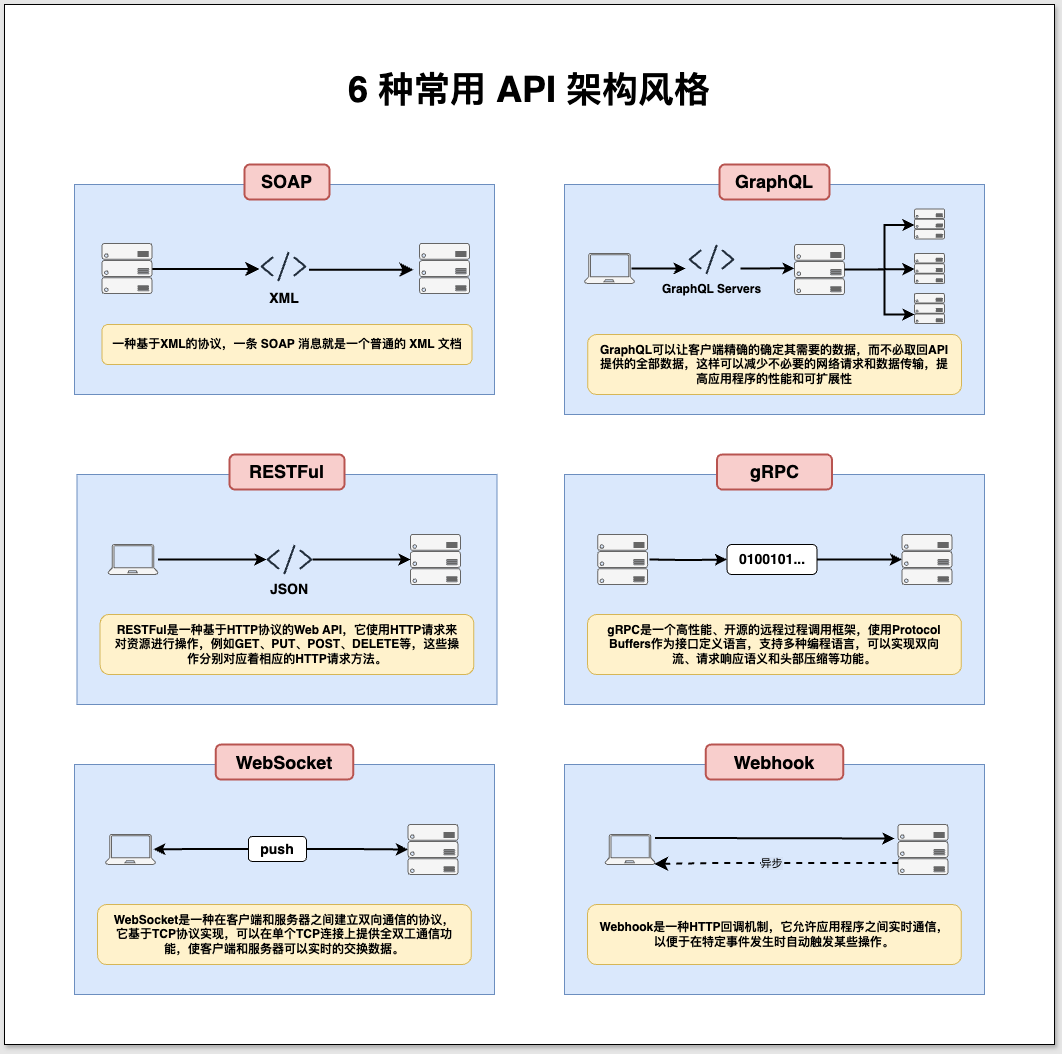
naico-wang/naico-wang.github.io keeps this draw.io diagram as src/pages/public/images/onepic/onepic-api-struscture.drawio.png. Above is the earlier version. Source tidied: cells renumbered, new cells last; positions are measured from the earlier drawing's top-left corner, leaving out a move shared by most shapes. Its diagram source:
```xml
<mxGraphModel background="#E6E6E6">
  <root>
    <mxCell id="0" />
    <mxCell id="1" parent="0" />
    <mxCell id="2" style="rounded=0;whiteSpace=wrap;html=1;shadow=1;glass=0;" parent="1" vertex="1">
      <mxGeometry width="1050" height="1040" as="geometry" />
    </mxCell>
    <mxCell id="3" style="rounded=0;whiteSpace=wrap;html=1;fillColor=#dae8fc;strokeColor=#6c8ebf;" parent="1" vertex="1">
      <mxGeometry x="70" y="180" width="420" height="210" as="geometry" />
    </mxCell>
    <mxCell id="4" value="&lt;b&gt;&lt;font style=&quot;font-size: 36px;&quot;&gt;6 种常用 API 架构风格&lt;/font&gt;&lt;/b&gt;" style="text;html=1;align=center;verticalAlign=middle;whiteSpace=wrap;rounded=0;" parent="1" vertex="1">
      <mxGeometry x="220" y="70" width="610" height="30" as="geometry" />
    </mxCell>
    <mxCell id="5" value="&lt;font style=&quot;font-size: 18px;&quot;&gt;&lt;b&gt;SOAP&lt;/b&gt;&lt;/font&gt;" style="rounded=1;whiteSpace=wrap;html=1;strokeWidth=2;fillColor=#f8cecc;strokeColor=#b85450;" parent="1" vertex="1">
      <mxGeometry x="240" y="160" width="85" height="35" as="geometry" />
    </mxCell>
    <mxCell id="6" value="&lt;b&gt;&lt;font style=&quot;font-size: 14px;&quot;&gt;XML&lt;/font&gt;&lt;/b&gt;" style="text;html=1;align=center;verticalAlign=middle;whiteSpace=wrap;rounded=0;" parent="1" vertex="1">
      <mxGeometry x="250" y="279" width="60" height="30" as="geometry" />
    </mxCell>
    <mxCell id="7" value="&lt;b&gt;一种基于XML的协议，一条 SOAP 消息就是一个普通的 XML 文档&lt;/b&gt;" style="rounded=1;whiteSpace=wrap;html=1;fillColor=#fff2cc;strokeColor=#d6b656;" parent="1" vertex="1">
      <mxGeometry x="97.5" y="320" width="370" height="40" as="geometry" />
    </mxCell>
    <mxCell id="8" style="edgeStyle=segmentEdgeStyle;endArrow=classic;html=1;curved=0;rounded=0;endSize=8;startSize=8;entryX=-0.003;entryY=0.695;entryDx=0;entryDy=0;entryPerimeter=0;strokeWidth=2;exitX=0.935;exitY=0.51;exitDx=0;exitDy=0;exitPerimeter=0;" parent="1" edge="1" source="14">
      <mxGeometry relative="1" as="geometry">
        <mxPoint x="254.8" y="263.8" as="targetPoint" />
      </mxGeometry>
    </mxCell>
    <mxCell id="9" style="edgeStyle=segmentEdgeStyle;endArrow=classic;html=1;curved=0;rounded=0;endSize=8;startSize=8;exitX=0.992;exitY=0.726;exitDx=0;exitDy=0;exitPerimeter=0;strokeWidth=2;" parent="1" edge="1">
      <mxGeometry relative="1" as="geometry">
        <mxPoint x="304.6" y="265.3" as="sourcePoint" />
        <mxPoint x="409" y="265.3" as="targetPoint" />
      </mxGeometry>
    </mxCell>
    <mxCell id="10" style="rounded=0;whiteSpace=wrap;html=1;fillColor=#dae8fc;strokeColor=#6c8ebf;" parent="1" vertex="1">
      <mxGeometry x="560" y="180" width="420" height="230" as="geometry" />
    </mxCell>
    <mxCell id="11" value="&lt;font style=&quot;font-size: 18px;&quot;&gt;&lt;b&gt;GraphQL&lt;/b&gt;&lt;/font&gt;" style="rounded=1;whiteSpace=wrap;html=1;strokeWidth=2;fillColor=#f8cecc;strokeColor=#b85450;" parent="1" vertex="1">
      <mxGeometry x="715" y="160" width="110" height="35" as="geometry" />
    </mxCell>
    <mxCell id="12" value="&lt;div style=&quot;padding-left: 10px; padding-right: 10px;&quot;&gt;&lt;b style=&quot;background-color: initial;&quot;&gt;GraphQL可以让客户端精确的确定其需要的数据，而不必取回API提供的全部数据，这样可以减少不必要的网络请求和数据传输，提高应用程序的性能和可扩展性&lt;/b&gt;&lt;/div&gt;" style="rounded=1;whiteSpace=wrap;html=1;fillColor=#fff2cc;strokeColor=#d6b656;align=center;" parent="1" vertex="1">
      <mxGeometry x="583.1" y="330" width="373.8" height="60" as="geometry" />
    </mxCell>
    <mxCell id="13" style="verticalLabelPosition=bottom;html=1;verticalAlign=top;align=center;strokeColor=#666666;fillColor=#f5f5f5;shape=mxgraph.azure.server_rack;fontColor=#333333;" parent="1" vertex="1">
      <mxGeometry x="415" y="239" width="50" height="50" as="geometry" />
    </mxCell>
    <mxCell id="14" style="verticalLabelPosition=bottom;html=1;verticalAlign=top;align=center;strokeColor=#666666;fillColor=#f5f5f5;shape=mxgraph.azure.server_rack;fontColor=#333333;" parent="1" vertex="1">
      <mxGeometry x="97.5" y="239" width="50" height="50" as="geometry" />
    </mxCell>
    <mxCell id="15" style="verticalLabelPosition=bottom;html=1;verticalAlign=top;align=center;strokeColor=#666666;fillColor=#f5f5f5;shape=mxgraph.azure.server_rack;fontColor=#333333;" parent="1" vertex="1">
      <mxGeometry x="910" y="204.5" width="30" height="30" as="geometry" />
    </mxCell>
    <mxCell id="16" style="verticalLabelPosition=bottom;html=1;verticalAlign=top;align=center;strokeColor=#666666;fillColor=#f5f5f5;shape=mxgraph.azure.server_rack;fontColor=#333333;" parent="1" vertex="1">
      <mxGeometry x="910" y="249" width="30" height="30" as="geometry" />
    </mxCell>
    <mxCell id="17" style="verticalLabelPosition=bottom;html=1;verticalAlign=top;align=center;strokeColor=#666666;fillColor=#f5f5f5;shape=mxgraph.azure.server_rack;fontColor=#333333;" parent="1" vertex="1">
      <mxGeometry x="910" y="289" width="30" height="30" as="geometry" />
    </mxCell>
    <mxCell id="18" style="verticalLabelPosition=bottom;html=1;verticalAlign=top;align=center;strokeColor=#666666;fillColor=#f5f5f5;shape=mxgraph.azure.server_rack;fontColor=#333333;" parent="1" vertex="1">
      <mxGeometry x="790" y="240" width="50" height="50" as="geometry" />
    </mxCell>
    <mxCell id="19" style="sketch=0;fontColor=#232F3E;gradientColor=none;fillColor=#232F3D;strokeColor=none;dashed=0;verticalLabelPosition=bottom;verticalAlign=top;align=center;html=1;fontSize=12;fontStyle=0;shape=mxgraph.aws4.programming_language;" parent="1" vertex="1">
      <mxGeometry x="684.1" y="240" width="45.9" height="30" as="geometry" />
    </mxCell>
    <mxCell id="20" style="edgeStyle=orthogonalEdgeStyle;rounded=0;orthogonalLoop=1;jettySize=auto;html=1;strokeWidth=2;" parent="1" edge="1">
      <mxGeometry relative="1" as="geometry">
        <mxPoint x="627" y="264" as="sourcePoint" />
        <mxPoint x="681.1" y="264" as="targetPoint" />
        <Array as="points">
          <mxPoint x="667" y="264" />
          <mxPoint x="667" y="264" />
        </Array>
      </mxGeometry>
    </mxCell>
    <mxCell id="21" style="verticalLabelPosition=bottom;html=1;verticalAlign=top;align=center;strokeColor=#666666;fillColor=#f5f5f5;shape=mxgraph.azure.laptop;fontColor=#333333;" parent="1" vertex="1">
      <mxGeometry x="580" y="249" width="50" height="30" as="geometry" />
    </mxCell>
    <mxCell id="22" value="GraphQL Servers" style="text;html=1;align=center;verticalAlign=middle;whiteSpace=wrap;rounded=0;fontStyle=1;" parent="1" vertex="1">
      <mxGeometry x="650.6" y="270" width="113" height="30" as="geometry" />
    </mxCell>
    <mxCell id="23" style="edgeStyle=orthogonalEdgeStyle;rounded=0;orthogonalLoop=1;jettySize=auto;html=1;strokeWidth=2;" parent="1" edge="1">
      <mxGeometry relative="1" as="geometry">
        <mxPoint x="735.9" y="263.9" as="sourcePoint" />
        <mxPoint x="790" y="263.9" as="targetPoint" />
        <Array as="points">
          <mxPoint x="775.9" y="263.9" />
          <mxPoint x="775.9" y="263.9" />
        </Array>
      </mxGeometry>
    </mxCell>
    <mxCell id="24" style="edgeStyle=orthogonalEdgeStyle;rounded=0;orthogonalLoop=1;jettySize=auto;html=1;entryX=0;entryY=0.5;entryDx=0;entryDy=0;entryPerimeter=0;strokeWidth=2;" parent="1" edge="1">
      <mxGeometry relative="1" as="geometry">
        <mxPoint x="840" y="265" as="sourcePoint" />
        <mxPoint x="910" y="220.5" as="targetPoint" />
        <Array as="points">
          <mxPoint x="840" y="265" />
          <mxPoint x="880" y="265" />
          <mxPoint x="880" y="220" />
        </Array>
      </mxGeometry>
    </mxCell>
    <mxCell id="25" style="edgeStyle=orthogonalEdgeStyle;rounded=0;jettySize=auto;html=1;entryX=0;entryY=0.5;entryDx=0;entryDy=0;entryPerimeter=0;strokeWidth=2;exitX=1;exitY=0.5;exitDx=0;exitDy=0;exitPerimeter=0;" parent="1" edge="1" source="18">
      <mxGeometry relative="1" as="geometry">
        <mxPoint x="910" y="264.5" as="targetPoint" />
        <Array as="points">
          <mxPoint x="860" y="265" />
        </Array>
      </mxGeometry>
    </mxCell>
    <mxCell id="26" style="edgeStyle=orthogonalEdgeStyle;rounded=0;orthogonalLoop=1;jettySize=auto;html=1;strokeWidth=2;" parent="1" edge="1">
      <mxGeometry relative="1" as="geometry">
        <mxPoint x="840" y="265" as="sourcePoint" />
        <mxPoint x="910" y="310" as="targetPoint" />
        <Array as="points">
          <mxPoint x="880" y="265" />
          <mxPoint x="880" y="310" />
          <mxPoint x="910" y="310" />
        </Array>
      </mxGeometry>
    </mxCell>
    <mxCell id="27" style="rounded=0;whiteSpace=wrap;html=1;fillColor=#dae8fc;strokeColor=#6c8ebf;" parent="1" vertex="1">
      <mxGeometry x="72.5" y="470" width="420" height="230" as="geometry" />
    </mxCell>
    <mxCell id="28" value="&lt;font style=&quot;font-size: 18px;&quot;&gt;&lt;b&gt;RESTFul&lt;/b&gt;&lt;/font&gt;" style="rounded=1;whiteSpace=wrap;html=1;strokeWidth=2;fillColor=#f8cecc;strokeColor=#b85450;" parent="1" vertex="1">
      <mxGeometry x="225" y="450" width="115" height="35" as="geometry" />
    </mxCell>
    <mxCell id="29" style="sketch=0;fontColor=#232F3E;gradientColor=none;fillColor=#232F3D;strokeColor=none;dashed=0;verticalLabelPosition=bottom;verticalAlign=top;align=center;html=1;fontSize=12;fontStyle=0;shape=mxgraph.aws4.programming_language;" parent="1" vertex="1">
      <mxGeometry x="256" y="247" width="45.9" height="30" as="geometry" />
    </mxCell>
    <mxCell id="30" style="edgeStyle=orthogonalEdgeStyle;rounded=0;jettySize=auto;html=1;strokeWidth=2;" parent="1" edge="1" source="31" target="32">
      <mxGeometry relative="1" as="geometry" />
    </mxCell>
    <mxCell id="31" style="verticalLabelPosition=bottom;html=1;verticalAlign=top;align=center;strokeColor=#666666;fillColor=#f5f5f5;shape=mxgraph.azure.laptop;fontColor=#333333;" parent="1" vertex="1">
      <mxGeometry x="103.5" y="540" width="50" height="30" as="geometry" />
    </mxCell>
    <mxCell id="32" style="sketch=0;outlineConnect=0;fontColor=#232F3E;gradientColor=none;fillColor=#232F3D;strokeColor=none;dashed=0;verticalLabelPosition=bottom;verticalAlign=top;align=center;html=1;fontSize=12;fontStyle=0;shape=mxgraph.aws4.programming_language;" parent="1" vertex="1">
      <mxGeometry x="262" y="540" width="45.9" height="30" as="geometry" />
    </mxCell>
    <mxCell id="33" value="&lt;b&gt;&lt;font style=&quot;font-size: 14px;&quot;&gt;JSON&lt;/font&gt;&lt;/b&gt;" style="text;html=1;align=center;verticalAlign=middle;whiteSpace=wrap;rounded=0;" parent="1" vertex="1">
      <mxGeometry x="254.9" y="570" width="60" height="30" as="geometry" />
    </mxCell>
    <mxCell id="34" style="verticalLabelPosition=bottom;html=1;verticalAlign=top;align=center;strokeColor=#666666;fillColor=#f5f5f5;shape=mxgraph.azure.server_rack;fontColor=#333333;" parent="1" vertex="1">
      <mxGeometry x="406" y="530" width="50" height="50" as="geometry" />
    </mxCell>
    <mxCell id="35" style="edgeStyle=orthogonalEdgeStyle;rounded=0;jettySize=auto;html=1;entryX=0;entryY=0.5;entryDx=0;entryDy=0;entryPerimeter=0;strokeWidth=2;" parent="1" edge="1" source="32" target="34">
      <mxGeometry relative="1" as="geometry" />
    </mxCell>
    <mxCell id="36" value="&lt;div style=&quot;padding-left: 10px; padding-right: 10px;&quot;&gt;&lt;b style=&quot;background-color: initial;&quot;&gt;RESTFul是一种基于HTTP协议的Web API，它使用HTTP请求来对资源进行操作，例如GET、PUT、POST、DELETE等，这些操作分别对应着相应的HTTP请求方法。&lt;/b&gt;&lt;/div&gt;" style="rounded=1;whiteSpace=wrap;html=1;fillColor=#fff2cc;strokeColor=#d6b656;align=center;" parent="1" vertex="1">
      <mxGeometry x="95.6" y="610" width="373.8" height="60" as="geometry" />
    </mxCell>
    <mxCell id="37" style="rounded=0;whiteSpace=wrap;html=1;fillColor=#dae8fc;strokeColor=#6c8ebf;" parent="1" vertex="1">
      <mxGeometry x="560" y="470" width="420" height="230" as="geometry" />
    </mxCell>
    <mxCell id="38" value="&lt;font style=&quot;font-size: 18px;&quot;&gt;&lt;b&gt;gRPC&lt;/b&gt;&lt;/font&gt;" style="rounded=1;whiteSpace=wrap;html=1;strokeWidth=2;fillColor=#f8cecc;strokeColor=#b85450;" parent="1" vertex="1">
      <mxGeometry x="712.5" y="450" width="115" height="35" as="geometry" />
    </mxCell>
    <mxCell id="39" style="edgeStyle=orthogonalEdgeStyle;rounded=0;jettySize=auto;html=1;strokeWidth=2;entryX=0;entryY=0.5;entryDx=0;entryDy=0;" parent="1" edge="1" target="44">
      <mxGeometry relative="1" as="geometry">
        <mxPoint x="645" y="555" as="sourcePoint" />
      </mxGeometry>
    </mxCell>
    <mxCell id="40" style="verticalLabelPosition=bottom;html=1;verticalAlign=top;align=center;strokeColor=#666666;fillColor=#f5f5f5;shape=mxgraph.azure.server_rack;fontColor=#333333;" parent="1" vertex="1">
      <mxGeometry x="897.5" y="530" width="50" height="50" as="geometry" />
    </mxCell>
    <mxCell id="41" style="edgeStyle=orthogonalEdgeStyle;rounded=0;jettySize=auto;html=1;entryX=0;entryY=0.5;entryDx=0;entryDy=0;entryPerimeter=0;strokeWidth=2;exitX=1;exitY=0.5;exitDx=0;exitDy=0;" parent="1" edge="1" source="44" target="40">
      <mxGeometry relative="1" as="geometry" />
    </mxCell>
    <mxCell id="42" value="&lt;div style=&quot;padding-left: 10px; padding-right: 10px;&quot;&gt;&lt;b style=&quot;background-color: initial;&quot;&gt;gRPC是一个高性能、开源的远程过程调用框架，使用Protocol Buffers作为接口定义语言，支持多种编程语言，可以实现双向流、请求响应语义和头部压缩等功能。&lt;/b&gt;&lt;/div&gt;" style="rounded=1;whiteSpace=wrap;html=1;fillColor=#fff2cc;strokeColor=#d6b656;align=center;" parent="1" vertex="1">
      <mxGeometry x="583.1" y="610" width="373.8" height="60" as="geometry" />
    </mxCell>
    <mxCell id="43" style="verticalLabelPosition=bottom;html=1;verticalAlign=top;align=center;strokeColor=#666666;fillColor=#f5f5f5;shape=mxgraph.azure.server_rack;fontColor=#333333;" parent="1" vertex="1">
      <mxGeometry x="593.1" y="530" width="50" height="50" as="geometry" />
    </mxCell>
    <mxCell id="44" value="&lt;b&gt;&lt;font style=&quot;font-size: 14px;&quot;&gt;0100101...&lt;/font&gt;&lt;/b&gt;" style="rounded=1;whiteSpace=wrap;html=1;" parent="1" vertex="1">
      <mxGeometry x="722.5" y="540" width="90" height="30" as="geometry" />
    </mxCell>
    <mxCell id="45" style="rounded=0;whiteSpace=wrap;html=1;fillColor=#dae8fc;strokeColor=#6c8ebf;" parent="1" vertex="1">
      <mxGeometry x="70" y="760" width="420" height="230" as="geometry" />
    </mxCell>
    <mxCell id="46" value="&lt;font style=&quot;font-size: 18px;&quot;&gt;&lt;b&gt;WebSocket&lt;/b&gt;&lt;/font&gt;" style="rounded=1;whiteSpace=wrap;html=1;strokeWidth=2;fillColor=#f8cecc;strokeColor=#b85450;" parent="1" vertex="1">
      <mxGeometry x="211.2" y="740" width="137.5" height="35" as="geometry" />
    </mxCell>
    <mxCell id="47" style="verticalLabelPosition=bottom;html=1;verticalAlign=top;align=center;strokeColor=#666666;fillColor=#f5f5f5;shape=mxgraph.azure.laptop;fontColor=#333333;" parent="1" vertex="1">
      <mxGeometry x="101" y="830" width="50" height="30" as="geometry" />
    </mxCell>
    <mxCell id="48" style="verticalLabelPosition=bottom;html=1;verticalAlign=top;align=center;strokeColor=#666666;fillColor=#f5f5f5;shape=mxgraph.azure.server_rack;fontColor=#333333;" parent="1" vertex="1">
      <mxGeometry x="403.5" y="820" width="50" height="50" as="geometry" />
    </mxCell>
    <mxCell id="49" value="&lt;div style=&quot;padding-left: 10px; padding-right: 10px;&quot;&gt;&lt;b style=&quot;background-color: initial;&quot;&gt;WebSocket是一种在客户端和服务器之间建立双向通信的协议，它基于TCP协议实现，可以在单个TCP连接上提供全双工通信功能，使客户端和服务器可以实时的交换数据。&lt;/b&gt;&lt;/div&gt;" style="rounded=1;whiteSpace=wrap;html=1;fillColor=#fff2cc;strokeColor=#d6b656;align=center;" parent="1" vertex="1">
      <mxGeometry x="93.1" y="900" width="373.8" height="60" as="geometry" />
    </mxCell>
    <mxCell id="50" value="&lt;b&gt;&lt;font style=&quot;font-size: 14px;&quot;&gt;push&lt;/font&gt;&lt;/b&gt;" style="rounded=1;whiteSpace=wrap;html=1;" parent="1" vertex="1">
      <mxGeometry x="243.9" y="832" width="58" height="25" as="geometry" />
    </mxCell>
    <mxCell id="51" style="rounded=0;whiteSpace=wrap;html=1;fillColor=#dae8fc;strokeColor=#6c8ebf;" parent="1" vertex="1">
      <mxGeometry x="560" y="760" width="420" height="230" as="geometry" />
    </mxCell>
    <mxCell id="52" value="&lt;font style=&quot;font-size: 18px;&quot;&gt;&lt;b&gt;Webhook&lt;/b&gt;&lt;/font&gt;" style="rounded=1;whiteSpace=wrap;html=1;strokeWidth=2;fillColor=#f8cecc;strokeColor=#b85450;" parent="1" vertex="1">
      <mxGeometry x="701.2" y="740" width="137.5" height="35" as="geometry" />
    </mxCell>
    <mxCell id="53" style="verticalLabelPosition=bottom;html=1;verticalAlign=top;align=center;strokeColor=#666666;fillColor=#f5f5f5;shape=mxgraph.azure.laptop;fontColor=#333333;" parent="1" vertex="1">
      <mxGeometry x="600.6" y="830" width="50" height="30" as="geometry" />
    </mxCell>
    <mxCell id="54" style="verticalLabelPosition=bottom;html=1;verticalAlign=top;align=center;strokeColor=#666666;fillColor=#f5f5f5;shape=mxgraph.azure.server_rack;fontColor=#333333;" parent="1" vertex="1">
      <mxGeometry x="893.5" y="820" width="50" height="50" as="geometry" />
    </mxCell>
    <mxCell id="55" value="&lt;div style=&quot;padding-left: 10px; padding-right: 10px;&quot;&gt;&lt;b style=&quot;background-color: initial;&quot;&gt;Webhook是一种HTTP回调机制，它允许应用程序之间实时通信，以便于在特定事件发生时自动触发某些操作。&lt;/b&gt;&lt;/div&gt;" style="rounded=1;whiteSpace=wrap;html=1;fillColor=#fff2cc;strokeColor=#d6b656;align=center;" parent="1" vertex="1">
      <mxGeometry x="583.1" y="900" width="373.8" height="60" as="geometry" />
    </mxCell>
    <mxCell id="56" style="edgeStyle=orthogonalEdgeStyle;rounded=0;jettySize=auto;html=1;entryX=0.959;entryY=0.49;entryDx=0;entryDy=0;entryPerimeter=0;strokeWidth=2;" parent="1" edge="1" source="50" target="47">
      <mxGeometry relative="1" as="geometry" />
    </mxCell>
    <mxCell id="57" style="edgeStyle=orthogonalEdgeStyle;rounded=0;jettySize=auto;html=1;entryX=0;entryY=0.5;entryDx=0;entryDy=0;entryPerimeter=0;strokeWidth=2;" parent="1" edge="1" source="50" target="48">
      <mxGeometry relative="1" as="geometry" />
    </mxCell>
    <mxCell id="58" style="edgeStyle=orthogonalEdgeStyle;rounded=0;orthogonalLoop=1;jettySize=auto;html=1;exitX=0.907;exitY=0.114;exitDx=0;exitDy=0;exitPerimeter=0;strokeWidth=2;" parent="1" edge="1">
      <mxGeometry relative="1" as="geometry">
        <mxPoint x="660.5" y="833.4" as="sourcePoint" />
        <mxPoint x="890" y="834" as="targetPoint" />
        <Array as="points">
          <mxPoint x="650.6" y="834" />
        </Array>
      </mxGeometry>
    </mxCell>
    <mxCell id="59" style="edgeStyle=segmentEdgeStyle;endArrow=classic;html=1;curved=0;rounded=0;endSize=8;startSize=8;exitX=0.007;exitY=0.769;exitDx=0;exitDy=0;exitPerimeter=0;entryX=0.98;entryY=0.98;entryDx=0;entryDy=0;entryPerimeter=0;strokeWidth=2;dashed=1;" parent="1" edge="1" source="54" target="53">
      <mxGeometry relative="1" as="geometry">
        <Array as="points">
          <mxPoint x="710" y="858" />
        </Array>
      </mxGeometry>
    </mxCell>
    <mxCell id="60" value="&lt;span style=&quot;background-color: rgb(212, 225, 245);&quot;&gt;异步&lt;/span&gt;" style="edgeLabel;html=1;align=center;verticalAlign=middle;" parent="59" vertex="1">
      <mxGeometry x="0.05" relative="1" as="geometry" />
    </mxCell>
  </root>
</mxGraphModel>
```
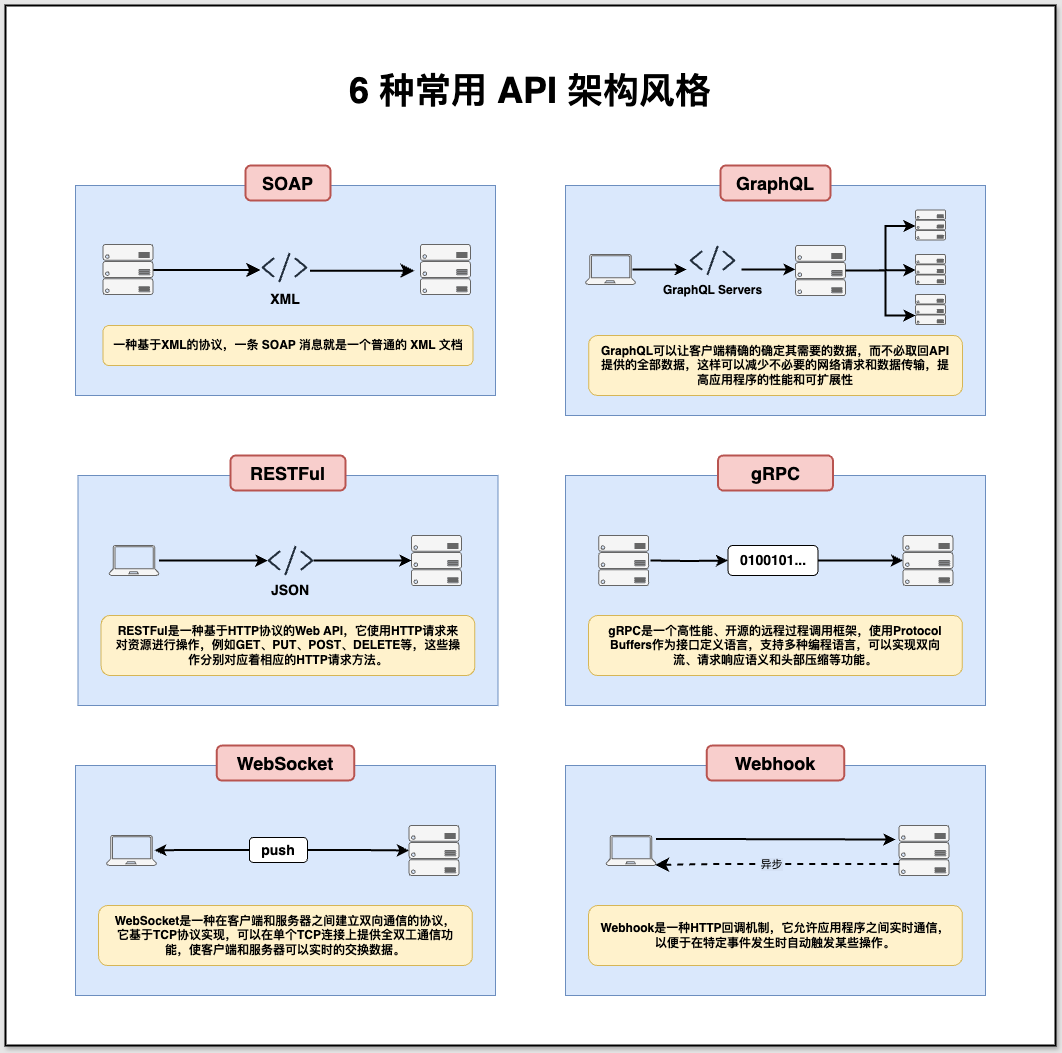
Later version of the same file.

Commit message:
feat(onepic): add onepic series

What changed in the source:
```diff
@@ -2,7 +2,7 @@
   <root>
     <mxCell id="0" />
     <mxCell id="1" parent="0" />
-    <mxCell id="2" style="rounded=0;whiteSpace=wrap;html=1;shadow=1;glass=0;" parent="1" vertex="1">
+    <mxCell id="2" style="rounded=0;whiteSpace=wrap;html=1;shadow=1;glass=0;strokeWidth=2;" parent="1" vertex="1">
       <mxGeometry width="1050" height="1040" as="geometry" />
     </mxCell>
     <mxCell id="3" style="rounded=0;whiteSpace=wrap;html=1;fillColor=#dae8fc;strokeColor=#6c8ebf;" parent="1" vertex="1">
```
